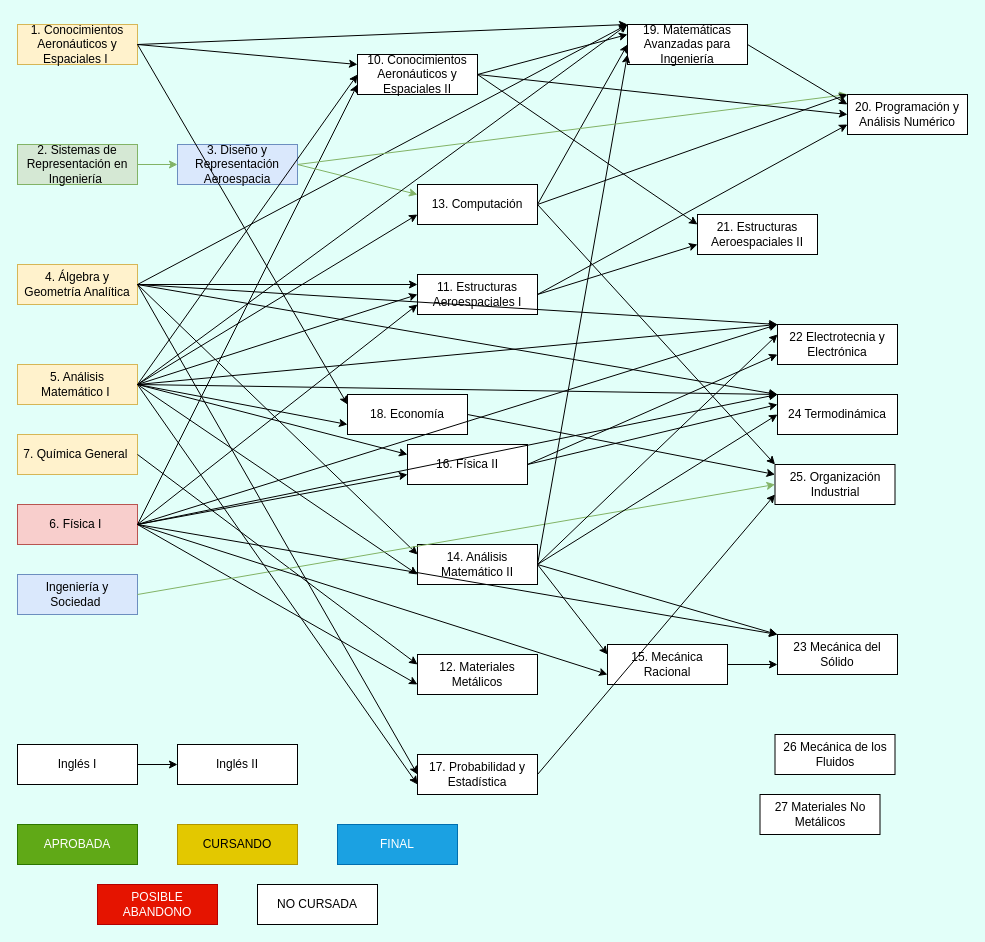
Above: Untitled Diagram.drawio in Estebanp2005/correlativasAeroUTN (draw.io), before the change. Source tidied: cells renumbered, new cells numbered last; positions are measured from the earlier drawing's top-left corner, leaving out a move shared by most shapes. Both pictures are drawn from the tidied source at 100%, with x=0, y=0 at pixel (17, 24).
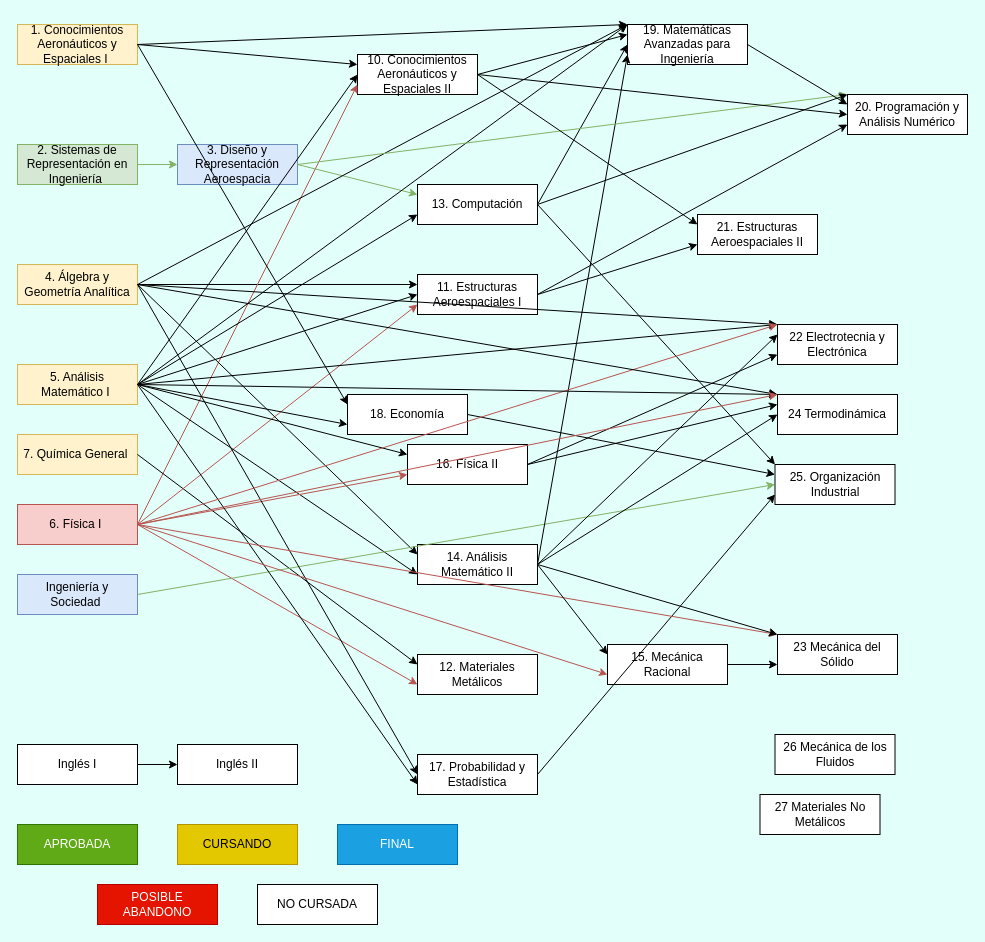
The same diagram, later.

The change refers to these unchanged cells:
```xml
<mxCell id="7" value="6. Física I&amp;nbsp;" style="rounded=0;whiteSpace=wrap;html=1;fillColor=#f8cecc;strokeColor=#b85450;" parent="1" vertex="1">
  <mxGeometry y="480" width="120" height="40" as="geometry" />
</mxCell>
<mxCell id="13" value="10. Conocimientos Aeronáuticos y&lt;br&gt;Espaciales II" style="rounded=0;whiteSpace=wrap;html=1;" parent="1" vertex="1">
  <mxGeometry x="340" y="30" width="120" height="40" as="geometry" />
</mxCell>
<mxCell id="14" value="11. Estructuras Aeroespaciales I" style="rounded=0;whiteSpace=wrap;html=1;" parent="1" vertex="1">
  <mxGeometry x="400" y="250" width="120" height="40" as="geometry" />
</mxCell>
<mxCell id="20" value="12. Materiales Metálicos " style="rounded=0;whiteSpace=wrap;html=1;" parent="1" vertex="1">
  <mxGeometry x="400" y="630" width="120" height="40" as="geometry" />
</mxCell>
<mxCell id="23" value="16. Física II " style="rounded=0;whiteSpace=wrap;html=1;" parent="1" vertex="1">
  <mxGeometry x="390" y="420" width="120" height="40" as="geometry" />
</mxCell>
<mxCell id="50" value="22 Electrotecnia y Electrónica" style="rounded=0;whiteSpace=wrap;html=1;" parent="1" vertex="1">
  <mxGeometry x="760" y="300" width="120" height="40" as="geometry" />
</mxCell>
<mxCell id="51" value="23 Mecánica del Sólido" style="rounded=0;whiteSpace=wrap;html=1;" parent="1" vertex="1">
  <mxGeometry x="760" y="610" width="120" height="40" as="geometry" />
</mxCell>
<mxCell id="53" value="15. Mecánica Racional " style="rounded=0;whiteSpace=wrap;html=1;" parent="1" vertex="1">
  <mxGeometry x="590" y="620" width="120" height="40" as="geometry" />
</mxCell>
<mxCell id="55" value="24 Termodinámica" style="rounded=0;whiteSpace=wrap;html=1;" parent="1" vertex="1">
  <mxGeometry x="760" y="370" width="120" height="40" as="geometry" />
</mxCell>
```

Diff of the diagram source:
```diff
@@
-    <mxCell id="16" style="endArrow=classic;html=1;rounded=0;entryX=0;entryY=0.75;entryDx=0;entryDy=0;exitX=1;exitY=0.5;exitDx=0;exitDy=0;" parent="1" edge="1" source="7" target="13">
+    <mxCell id="16" style="endArrow=classic;html=1;rounded=0;entryX=0;entryY=0.75;entryDx=0;entryDy=0;exitX=1;exitY=0.5;exitDx=0;exitDy=0;fillColor=#f8cecc;strokeColor=#b85450;" parent="1" edge="1" source="7" target="13">
       <mxGeometry relative="1" as="geometry" />
     </mxCell>
@@
-    <mxCell id="25" style="endArrow=classic;html=1;rounded=0;exitX=1;exitY=0.5;exitDx=0;exitDy=0;entryX=0;entryY=0.75;entryDx=0;entryDy=0;" parent="1" edge="1" source="7" target="20">
+    <mxCell id="25" style="endArrow=classic;html=1;rounded=0;exitX=1;exitY=0.5;exitDx=0;exitDy=0;entryX=0;entryY=0.75;entryDx=0;entryDy=0;fillColor=#f8cecc;strokeColor=#b85450;" parent="1" edge="1" source="7" target="20">
       <mxGeometry relative="1" as="geometry" />
     </mxCell>
@@
-    <mxCell id="28" style="endArrow=classic;html=1;rounded=0;exitX=1;exitY=0.5;exitDx=0;exitDy=0;entryX=0;entryY=0.75;entryDx=0;entryDy=0;" parent="1" edge="1" source="7" target="14">
+    <mxCell id="28" style="endArrow=classic;html=1;rounded=0;exitX=1;exitY=0.5;exitDx=0;exitDy=0;entryX=0;entryY=0.75;entryDx=0;entryDy=0;fillColor=#f8cecc;strokeColor=#b85450;" parent="1" edge="1" source="7" target="14">
       <mxGeometry relative="1" as="geometry" />
     </mxCell>
@@
-    <mxCell id="34" style="endArrow=classic;html=1;rounded=0;exitX=1;exitY=0.5;exitDx=0;exitDy=0;entryX=0;entryY=0.75;entryDx=0;entryDy=0;" parent="1" edge="1" source="7" target="23">
+    <mxCell id="34" style="endArrow=classic;html=1;rounded=0;exitX=1;exitY=0.5;exitDx=0;exitDy=0;entryX=0;entryY=0.75;entryDx=0;entryDy=0;fillColor=#f8cecc;strokeColor=#b85450;" parent="1" edge="1" source="7" target="23">
       <mxGeometry relative="1" as="geometry" />
     </mxCell>
@@
-    <mxCell id="74" style="endArrow=classic;html=1;rounded=0;exitX=1;exitY=0.5;exitDx=0;exitDy=0;entryX=0;entryY=0;entryDx=0;entryDy=0;" parent="1" edge="1" source="7" target="50">
+    <mxCell id="74" style="endArrow=classic;html=1;rounded=0;exitX=1;exitY=0.5;exitDx=0;exitDy=0;entryX=0;entryY=0;entryDx=0;entryDy=0;fillColor=#f8cecc;strokeColor=#b85450;" parent="1" edge="1" source="7" target="50">
       <mxGeometry relative="1" as="geometry" />
     </mxCell>
@@
-    <mxCell id="77" style="endArrow=classic;html=1;rounded=0;exitX=1;exitY=0.5;exitDx=0;exitDy=0;entryX=0;entryY=0;entryDx=0;entryDy=0;" parent="1" edge="1" source="7" target="51">
+    <mxCell id="77" style="endArrow=classic;html=1;rounded=0;exitX=1;exitY=0.5;exitDx=0;exitDy=0;entryX=0;entryY=0;entryDx=0;entryDy=0;fillColor=#f8cecc;strokeColor=#b85450;" parent="1" edge="1" source="7" target="51">
       <mxGeometry relative="1" as="geometry" />
     </mxCell>
@@
-    <mxCell id="79" style="endArrow=classic;html=1;rounded=0;exitX=1;exitY=0.5;exitDx=0;exitDy=0;entryX=0;entryY=0.75;entryDx=0;entryDy=0;" parent="1" edge="1" source="7" target="53">
+    <mxCell id="79" style="endArrow=classic;html=1;rounded=0;exitX=1;exitY=0.5;exitDx=0;exitDy=0;entryX=0;entryY=0.75;entryDx=0;entryDy=0;fillColor=#f8cecc;strokeColor=#b85450;" parent="1" edge="1" source="7" target="53">
       <mxGeometry relative="1" as="geometry" />
     </mxCell>
@@
-    <mxCell id="84" style="endArrow=classic;html=1;rounded=0;exitX=1;exitY=0.5;exitDx=0;exitDy=0;entryX=0;entryY=0;entryDx=0;entryDy=0;" parent="1" edge="1" source="7" target="55">
+    <mxCell id="84" style="endArrow=classic;html=1;rounded=0;exitX=1;exitY=0.5;exitDx=0;exitDy=0;entryX=0;entryY=0;entryDx=0;entryDy=0;fillColor=#f8cecc;strokeColor=#b85450;" parent="1" edge="1" source="7" target="55">
       <mxGeometry relative="1" as="geometry" />
     </mxCell>
```
